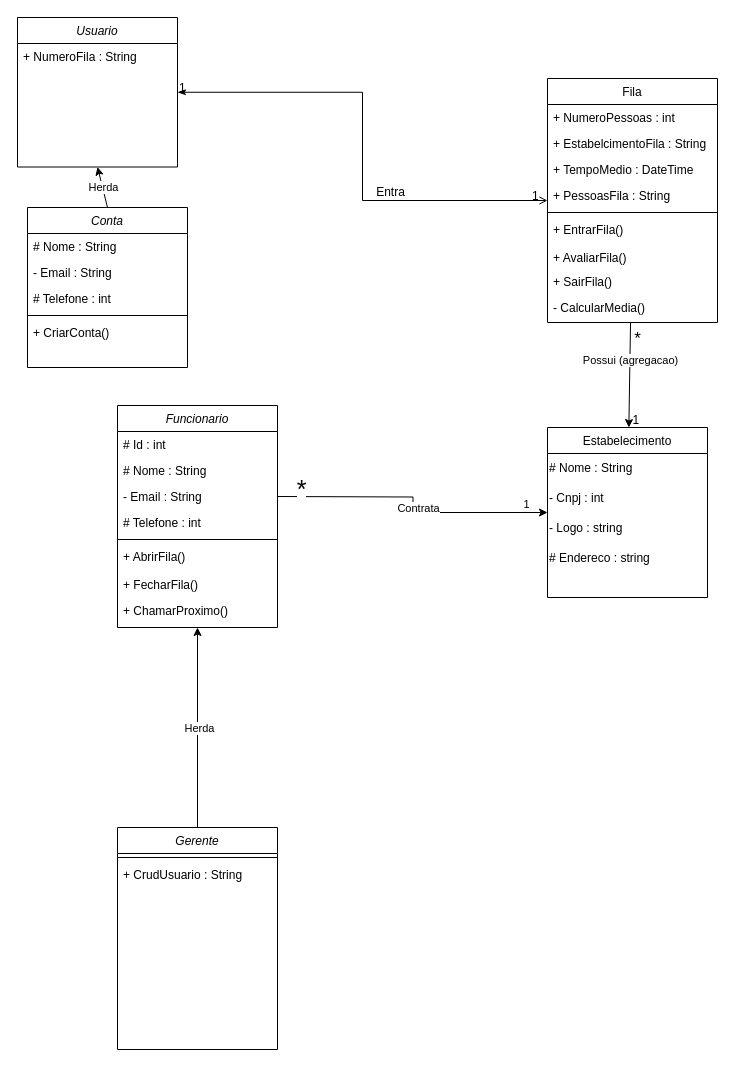
Above: DiagramaClassesPit.drawio in LuizFelipeCavalcante/Diagramas (draw.io), before the change. Source tidied: cells renumbered, new cells numbered last; positions are measured from the earlier drawing's top-left corner, leaving out a move shared by most shapes. Both pictures are drawn from the tidied source at 100%, with x=0, y=0 at pixel (17, 17).
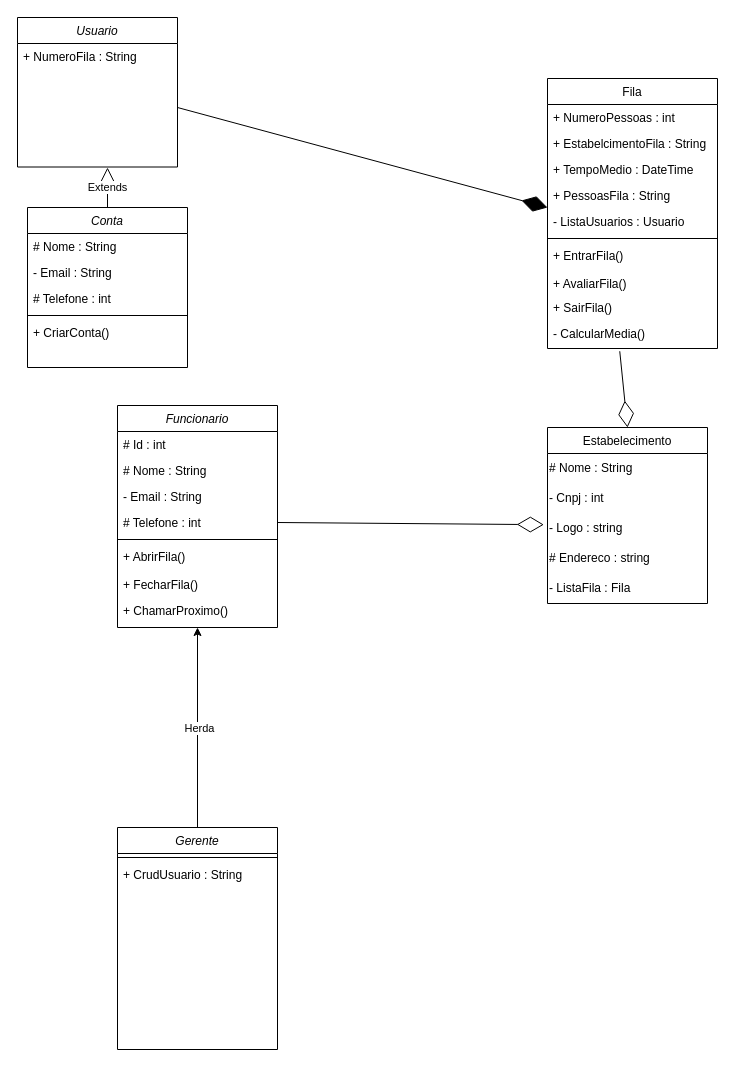
The same diagram, later.

Unchanged cells that the change refers to:
```xml
<mxCell id="2" value="Usuario" style="swimlane;fontStyle=2;align=center;verticalAlign=top;horizontal=1;startSize=26;rounded=0;shadow=0;strokeWidth=1;" parent="1" vertex="1">
  <mxGeometry width="160" height="149.5" as="geometry" />
</mxCell>
<mxCell id="7" value="- Logo : string&amp;nbsp;" style="text;html=1;align=left;verticalAlign=middle;points=[];strokeColor=none;fillColor=none;" parent="4" vertex="1">
  <mxGeometry y="86" width="160" height="30" as="geometry" />
</mxCell>
<mxCell id="13" value="+ PessoasFila : String" style="text;align=left;verticalAlign=top;spacingLeft=4;spacingRight=4;overflow=hidden;points=[[0,0.5],[1,0.5]];portConstraint=eastwest;rounded=0;shadow=0;html=0;" parent="9" vertex="1">
  <mxGeometry y="104" width="170" height="26" as="geometry" />
</mxCell>
<mxCell id="35" value="# Telefone : int" style="text;align=left;verticalAlign=top;spacingLeft=4;spacingRight=4;overflow=hidden;points=[[0,0.5],[1,0.5]];portConstraint=eastwest;rounded=0;shadow=0;html=0;" parent="31" vertex="1">
  <mxGeometry y="104" width="160" height="26" as="geometry" />
</mxCell>
<mxCell id="45" value="Conta" style="swimlane;fontStyle=2;align=center;verticalAlign=top;horizontal=1;startSize=26;rounded=0;shadow=0;strokeWidth=1;" parent="1" vertex="1">
  <mxGeometry x="10" y="190" width="160" height="160" as="geometry" />
</mxCell>
```

The edit, as a diff of the source:
```diff
@@
     <mxCell id="4" value="Estabelecimento" style="swimlane;fontStyle=0;align=center;verticalAlign=top;horizontal=1;startSize=26;rounded=0;shadow=0;strokeWidth=1;" parent="1" vertex="1">
-      <mxGeometry x="530" y="410" width="160" height="170" as="geometry" />
+      <mxGeometry x="530" y="410" width="160" height="176" as="geometry" />
     </mxCell>
@@
+    <mxCell id="53" value="- ListaFila : Fila" style="text;html=1;align=left;verticalAlign=middle;strokeColor=none;fillColor=none;" parent="4" vertex="1">
+      <mxGeometry y="146" width="160" height="30" as="geometry" />
+    </mxCell>
     <mxCell id="9" value="Fila" style="swimlane;fontStyle=0;align=center;verticalAlign=top;horizontal=1;startSize=26;rounded=0;shadow=0;strokeWidth=1;" parent="1" vertex="1">
-      <mxGeometry x="530" y="61" width="170" height="244" as="geometry" />
+      <mxGeometry x="530" y="61" width="170" height="270" as="geometry" />
     </mxCell>
@@
+    <mxCell id="54" value="- ListaUsuarios : Usuario" style="text;align=left;verticalAlign=top;spacingLeft=4;spacingRight=4;overflow=hidden;rounded=0;shadow=0;html=0;" parent="9" vertex="1">
+      <mxGeometry y="130" width="170" height="26" as="geometry" />
+    </mxCell>
     <mxCell id="14" style="line;html=1;strokeWidth=1;align=left;verticalAlign=middle;spacingTop=-1;spacingLeft=3;spacingRight=3;labelPosition=right;" parent="9" vertex="1">
-      <mxGeometry y="130" width="170" height="8" as="geometry" />
+      <mxGeometry y="156" width="170" height="8" as="geometry" />
     </mxCell>
     <mxCell id="15" value="+ EntrarFila()" style="text;align=left;verticalAlign=top;spacingLeft=4;spacingRight=4;overflow=hidden;" parent="9" vertex="1">
-      <mxGeometry y="138" width="170" height="28" as="geometry" />
+      <mxGeometry y="164" width="170" height="28" as="geometry" />
     </mxCell>
     <mxCell id="16" value="+ AvaliarFila()" style="text;align=left;verticalAlign=top;spacingLeft=4;spacingRight=4;overflow=hidden;rounded=0;shadow=0;html=0;" parent="9" vertex="1">
-      <mxGeometry y="166" width="170" height="24" as="geometry" />
+      <mxGeometry y="192" width="170" height="24" as="geometry" />
     </mxCell>
     <mxCell id="17" value="+ SairFila()" style="text;align=left;verticalAlign=top;spacingLeft=4;spacingRight=4;overflow=hidden;rounded=0;shadow=0;html=0;" parent="9" vertex="1">
-      <mxGeometry y="190" width="170" height="26" as="geometry" />
+      <mxGeometry y="216" width="170" height="26" as="geometry" />
     </mxCell>
     <mxCell id="18" value="- CalcularMedia()" style="text;align=left;verticalAlign=top;spacingLeft=4;spacingRight=4;overflow=hidden;points=[[0,0.5],[1,0.5]];portConstraint=eastwest;" parent="9" vertex="1">
-      <mxGeometry y="216" width="170" height="28" as="geometry" />
+      <mxGeometry y="242" width="170" height="28" as="geometry" />
     </mxCell>
-    <mxCell id="19" style="endArrow=open;shadow=0;strokeWidth=1;rounded=0;curved=0;endFill=1;edgeStyle=elbowEdgeStyle;elbow=horizontal;startArrow=classicThin;startFill=1;" parent="1" edge="1" source="2" target="9">
-      <mxGeometry x="0.5" y="41" relative="1" as="geometry">
-        <mxPoint x="-40" y="32" as="offset" />
-      </mxGeometry>
-    </mxCell>
-    <mxCell id="20" value="1" style="align=left;verticalAlign=bottom;labelBackgroundColor=none;fontSize=12;" parent="19" vertex="1">
-      <mxGeometry x="-1" relative="1" as="geometry">
-        <mxPoint y="4" as="offset" />
-      </mxGeometry>
-    </mxCell>
-    <mxCell id="21" value="1" style="align=right;verticalAlign=bottom;labelBackgroundColor=none;fontSize=12;" parent="19" vertex="1">
-      <mxGeometry x="1" relative="1" as="geometry">
-        <mxPoint x="-7" y="4" as="offset" />
-      </mxGeometry>
-    </mxCell>
-    <mxCell id="22" value="Entra" style="text;html=1;align=center;verticalAlign=middle;labelBackgroundColor=none;rounded=0;shadow=0;strokeWidth=1;fontSize=12;" parent="19" vertex="1">
-      <mxGeometry x="0.5" y="49" relative="1" as="geometry">
-        <mxPoint x="-38" y="40" as="offset" />
-      </mxGeometry>
-    </mxCell>
-    <mxCell id="23" style="endArrow=classic;html=1;rounded=0;" parent="1" edge="1" source="9" target="4">
-      <mxGeometry relative="1" as="geometry" />
-    </mxCell>
-    <mxCell id="24" value="Possui (agregacao)" style="edgeLabel;html=1;align=center;verticalAlign=middle;" parent="23" vertex="1">
-      <mxGeometry x="-0.65" relative="1" as="geometry">
-        <mxPoint y="20" as="offset" />
-      </mxGeometry>
-    </mxCell>
-    <mxCell id="25" value="&lt;font style=&quot;font-size: 17px;&quot;&gt;*&lt;/font&gt;" style="edgeLabel;html=1;align=center;verticalAlign=middle;" parent="23" vertex="1">
-      <mxGeometry x="-0.8" y="1" relative="1" as="geometry">
-        <mxPoint x="6" y="5" as="offset" />
-      </mxGeometry>
-    </mxCell>
-    <mxCell id="26" value="&amp;nbsp; &amp;nbsp; &amp;nbsp;1" style="text;html=1;align=center;verticalAlign=middle;strokeColor=none;fillColor=none;" parent="1" vertex="1">
-      <mxGeometry x="585" y="388" width="50" height="30" as="geometry" />
-    </mxCell>
-    <mxCell id="27" style="edgeStyle=orthogonalEdgeStyle;rounded=0;jettySize=auto;html=1;" parent="1" edge="1" target="4">
-      <mxGeometry relative="1" as="geometry">
-        <mxPoint x="260" y="479" as="sourcePoint" />
-      </mxGeometry>
-    </mxCell>
-    <mxCell id="28" value="&lt;font style=&quot;font-size: 25px;&quot;&gt;*&lt;/font&gt;" style="edgeLabel;html=1;align=center;verticalAlign=middle;" parent="27" vertex="1">
-      <mxGeometry x="-0.83" relative="1" as="geometry">
-        <mxPoint y="-9" as="offset" />
-      </mxGeometry>
-    </mxCell>
-    <mxCell id="29" value="1" style="edgeLabel;html=1;align=center;verticalAlign=middle;" parent="27" vertex="1">
-      <mxGeometry x="0.85" y="9" relative="1" as="geometry" />
-    </mxCell>
-    <mxCell id="30" value="Contrata" style="edgeLabel;html=1;align=center;verticalAlign=middle;" parent="27" vertex="1">
-      <mxGeometry x="-0.13" y="4" relative="1" as="geometry">
-        <mxPoint x="16" y="15" as="offset" />
-      </mxGeometry>
-    </mxCell>
@@
-    <mxCell id="51" style="endArrow=classic;html=1;rounded=0;exitX=0.5;exitY=0;exitDx=0;exitDy=0;entryX=0.5;entryY=1;entryDx=0;entryDy=0;" parent="1" edge="1" source="45" target="2">
-      <mxGeometry relative="1" as="geometry" />
-    </mxCell>
-    <mxCell id="52" value="Herda" style="edgeLabel;html=1;align=center;verticalAlign=middle;" parent="51" vertex="1">
-      <mxGeometry y="-1" relative="1" as="geometry" />
-    </mxCell>
+    <mxCell id="55" style="endArrow=diamondThin;endFill=1;endSize=24;html=1;rounded=0;entryX=0;entryY=0.962;entryDx=0;entryDy=0;entryPerimeter=0;" parent="1" edge="1" target="13">
+      <mxGeometry relative="1" as="geometry">
+        <mxPoint x="160" y="90" as="sourcePoint" />
+      </mxGeometry>
+    </mxCell>
+    <mxCell id="56" style="endArrow=diamondThin;endFill=0;endSize=24;html=1;rounded=0;exitX=0.425;exitY=1.098;exitDx=0;exitDy=0;exitPerimeter=0;entryX=0.5;entryY=0;entryDx=0;entryDy=0;" parent="1" edge="1" source="18" target="4">
+      <mxGeometry relative="1" as="geometry" />
+    </mxCell>
+    <mxCell id="57" style="endArrow=diamondThin;endFill=0;endSize=24;html=1;rounded=0;entryX=-0.023;entryY=0.372;entryDx=0;entryDy=0;entryPerimeter=0;exitX=1;exitY=0.5;exitDx=0;exitDy=0;" parent="1" edge="1" source="35" target="7">
+      <mxGeometry relative="1" as="geometry" />
+    </mxCell>
+    <mxCell id="58" value="Extends" style="endArrow=block;endSize=16;endFill=0;html=1;rounded=0;exitX=0.5;exitY=0;exitDx=0;exitDy=0;" parent="1" edge="1" source="45">
+      <mxGeometry relative="1" as="geometry">
+        <mxPoint x="90" y="150" as="targetPoint" />
+      </mxGeometry>
+    </mxCell>
```
